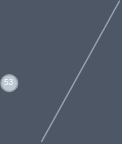
The draw.io diagram st.svg in FloSch62/grafana_flow, before a commit. Source tidied: cells renumbered, new cells last; positions are measured from the earlier drawing's top-left corner, leaving out a move shared by most shapes.
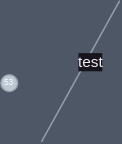
Later version of the same file.

What changed in the source:
```diff
@@ -8,6 +8,9 @@
         <mxPoint x="85" as="targetPoint" />
       </mxGeometry>
     </mxCell>
+    <mxCell id="4" value="test" style="edgeLabel;html=1;align=center;verticalAlign=middle;" parent="2" vertex="1">
+      <mxGeometry x="0.16" y="-2" relative="1" as="geometry" />
+    </mxCell>
     <mxCell id="3" value="53" style="ellipse;whiteSpace=wrap;html=1;fontColor=#FFFFFF;fontSize=6;strokeColor=#98A2AE;fillColor=#BEC8D2;" parent="1" vertex="1">
       <mxGeometry y="53" width="12" height="12" as="geometry" />
     </mxCell>
```
